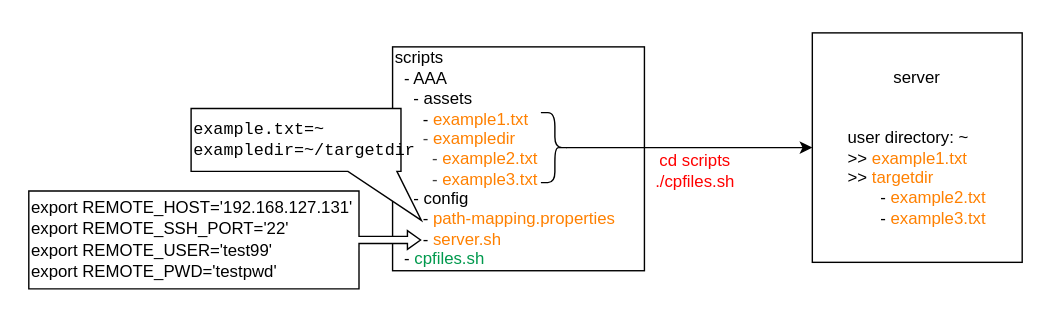
The draw.io diagram docs/assets/scripts/cpfiles.svg in saidake/simi-sandbox, before a commit. Source tidied: cells renumbered, new cells last; positions are measured from the earlier drawing's top-left corner, leaving out a move shared by most shapes.
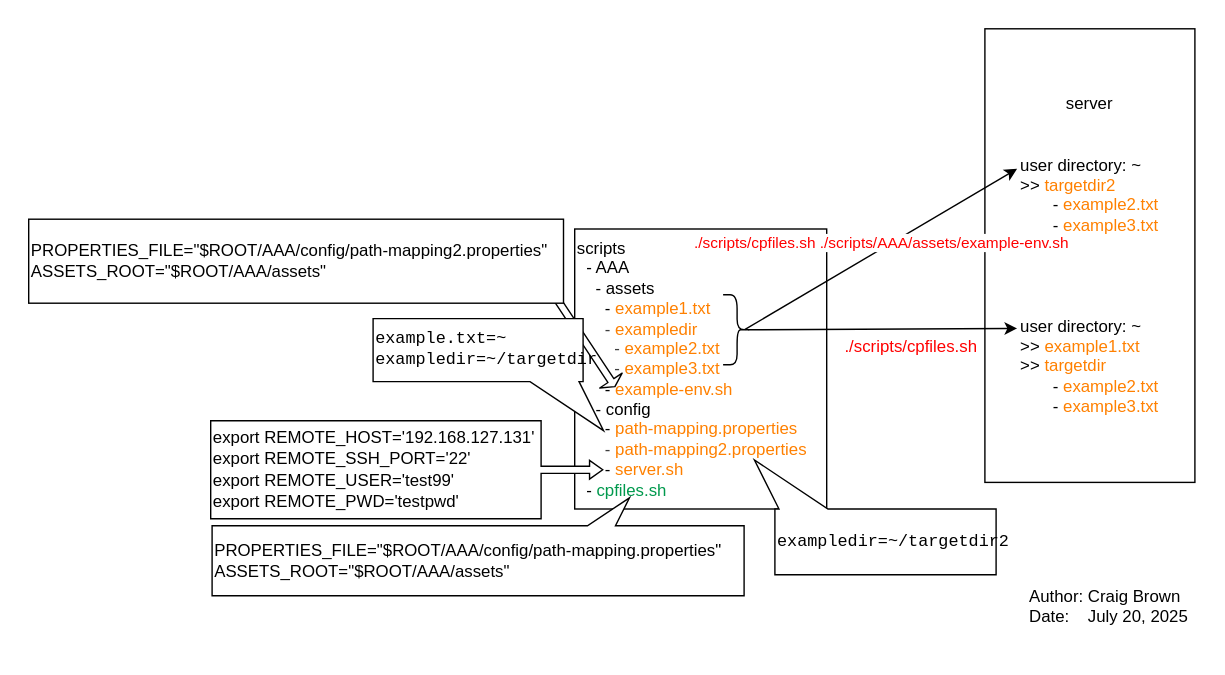
The same file after the commit.

What changed in the source:
```diff
@@ -2,28 +2,58 @@
   <root>
     <mxCell id="0" />
     <mxCell id="1" parent="0" />
+    <mxCell id="8" value="&lt;span style=&quot;color: rgb(0, 0, 0);&quot;&gt;server&lt;/span&gt;&lt;div&gt;&lt;br&gt;&lt;/div&gt;&lt;div style=&quot;text-align: left;&quot;&gt;&lt;br&gt;&lt;/div&gt;&lt;div style=&quot;text-align: left;&quot;&gt;&lt;div&gt;user directory: ~&lt;/div&gt;&lt;div style=&quot;text-align: center;&quot;&gt;&lt;div style=&quot;text-align: left;&quot;&gt;&lt;span style=&quot;background-color: transparent;&quot;&gt;&amp;gt;&amp;gt;&amp;nbsp;&lt;/span&gt;&lt;font style=&quot;background-color: transparent; color: rgb(255, 128, 0);&quot;&gt;targetdir2&lt;/font&gt;&lt;/div&gt;&lt;/div&gt;&lt;div&gt;&amp;nbsp; &amp;nbsp; &amp;nbsp; &amp;nbsp;-&amp;nbsp;&lt;font style=&quot;color: rgb(255, 128, 0);&quot;&gt;example2.txt&lt;/font&gt;&lt;/div&gt;&lt;div&gt;&amp;nbsp; &amp;nbsp; &amp;nbsp; &amp;nbsp;-&amp;nbsp;&lt;font style=&quot;color: rgb(255, 128, 0);&quot;&gt;example3.txt&lt;/font&gt;&lt;/div&gt;&lt;/div&gt;&lt;div style=&quot;text-align: left;&quot;&gt;&lt;br&gt;&lt;/div&gt;&lt;div style=&quot;text-align: left;&quot;&gt;&lt;br&gt;&lt;/div&gt;&lt;div style=&quot;text-align: left;&quot;&gt;&lt;br&gt;&lt;/div&gt;&lt;div style=&quot;text-align: left;&quot;&gt;&lt;br&gt;&lt;/div&gt;&lt;div style=&quot;text-align: left;&quot;&gt;user directory: ~&lt;/div&gt;&lt;div&gt;&lt;div style=&quot;text-align: left;&quot;&gt;&lt;span style=&quot;background-color: transparent;&quot;&gt;&amp;gt;&amp;gt;&amp;nbsp;&lt;font style=&quot;color: rgb(255, 128, 0);&quot;&gt;example1.txt&lt;/font&gt;&lt;/span&gt;&lt;/div&gt;&lt;div style=&quot;text-align: left;&quot;&gt;&lt;span style=&quot;background-color: transparent;&quot;&gt;&amp;gt;&amp;gt;&amp;nbsp;&lt;font style=&quot;color: rgb(255, 128, 0);&quot;&gt;targetdir&lt;/font&gt;&lt;/span&gt;&lt;/div&gt;&lt;/div&gt;&lt;div style=&quot;text-align: left;&quot;&gt;&amp;nbsp; &amp;nbsp; &amp;nbsp; &amp;nbsp;-&amp;nbsp;&lt;font style=&quot;color: rgb(255, 128, 0);&quot;&gt;example2.txt&lt;/font&gt;&lt;/div&gt;&lt;div style=&quot;text-align: left;&quot;&gt;&amp;nbsp; &amp;nbsp; &amp;nbsp; &amp;nbsp;-&amp;nbsp;&lt;font style=&quot;color: rgb(255, 128, 0);&quot;&gt;example3.txt&lt;/font&gt;&lt;/div&gt;" style="rounded=0;whiteSpace=wrap;html=1;" parent="1" vertex="1">
+      <mxGeometry x="553" y="-133" width="150" height="324" as="geometry" />
+    </mxCell>
-    <mxCell id="2" value="&lt;div&gt;&lt;br&gt;&lt;/div&gt;scripts&lt;div&gt;&amp;nbsp; - AAA&lt;/div&gt;&lt;div&gt;&amp;nbsp; &amp;nbsp; - assets&lt;/div&gt;&lt;div&gt;&amp;nbsp; &amp;nbsp; &amp;nbsp; - &lt;font style=&quot;color: rgb(255, 128, 0);&quot;&gt;example1.txt&lt;/font&gt;&lt;/div&gt;&lt;div&gt;&lt;font style=&quot;color: rgb(255, 128, 0);&quot;&gt;&amp;nbsp; &amp;nbsp; &amp;nbsp;&amp;nbsp;&lt;/font&gt;&lt;span style=&quot;color: rgb(63, 63, 63); background-color: transparent;&quot;&gt;- &lt;/span&gt;&lt;span style=&quot;background-color: transparent;&quot;&gt;&lt;font style=&quot;color: rgb(255, 128, 0);&quot;&gt;exampledir&lt;/font&gt;&lt;/span&gt;&lt;/div&gt;&lt;div&gt;&lt;span style=&quot;color: rgb(63, 63, 63); background-color: transparent;&quot;&gt;&amp;nbsp; &amp;nbsp; &amp;nbsp; &amp;nbsp; - &lt;/span&gt;&lt;span style=&quot;background-color: transparent;&quot;&gt;&lt;font style=&quot;color: rgb(255, 128, 0);&quot;&gt;example2.txt&lt;/font&gt;&lt;/span&gt;&lt;/div&gt;&lt;div&gt;&lt;span style=&quot;color: rgb(63, 63, 63); background-color: transparent;&quot;&gt;&amp;nbsp; &amp;nbsp; &amp;nbsp; &amp;nbsp; - &lt;/span&gt;&lt;span style=&quot;background-color: transparent;&quot;&gt;&lt;font style=&quot;color: rgb(255, 128, 0);&quot;&gt;example3.txt&lt;/font&gt;&lt;/span&gt;&lt;/div&gt;&lt;div&gt;&amp;nbsp; &amp;nbsp; - config&lt;/div&gt;&lt;div&gt;&amp;nbsp; &amp;nbsp; &amp;nbsp; - &lt;font style=&quot;color: rgb(255, 128, 0);&quot;&gt;path-mapping.properties&lt;/font&gt;&lt;/div&gt;&lt;div&gt;&lt;font style=&quot;color: rgb(255, 128, 0);&quot;&gt;&amp;nbsp; &amp;nbsp; &amp;nbsp;&amp;nbsp;&lt;/font&gt;&lt;font style=&quot;color: rgb(0, 0, 0);&quot;&gt;- &lt;/font&gt;&lt;font style=&quot;color: rgb(255, 128, 0);&quot;&gt;server.sh&lt;/font&gt;&lt;/div&gt;&lt;div&gt;&amp;nbsp; - &lt;font style=&quot;color: rgb(0, 153, 77);&quot;&gt;cpfiles.sh&lt;/font&gt;&lt;/div&gt;&lt;div&gt;&lt;br&gt;&lt;/div&gt;" style="rounded=0;whiteSpace=wrap;html=1;align=left;" parent="1" vertex="1">
-      <mxGeometry x="260" y="10" width="180" height="160" as="geometry" />
+    <mxCell id="2" value="&lt;div&gt;&lt;br&gt;&lt;/div&gt;scripts&lt;div&gt;&amp;nbsp; - AAA&lt;/div&gt;&lt;div&gt;&amp;nbsp; &amp;nbsp; - assets&lt;/div&gt;&lt;div&gt;&amp;nbsp; &amp;nbsp; &amp;nbsp; - &lt;font style=&quot;color: rgb(255, 128, 0);&quot;&gt;example1.txt&lt;/font&gt;&lt;/div&gt;&lt;div&gt;&lt;font style=&quot;color: rgb(255, 128, 0);&quot;&gt;&amp;nbsp; &amp;nbsp; &amp;nbsp;&amp;nbsp;&lt;/font&gt;&lt;span style=&quot;color: rgb(63, 63, 63); background-color: transparent;&quot;&gt;- &lt;/span&gt;&lt;span style=&quot;background-color: transparent;&quot;&gt;&lt;font style=&quot;color: rgb(255, 128, 0);&quot;&gt;exampledir&lt;/font&gt;&lt;/span&gt;&lt;/div&gt;&lt;div&gt;&lt;span style=&quot;color: rgb(63, 63, 63); background-color: transparent;&quot;&gt;&amp;nbsp; &amp;nbsp; &amp;nbsp; &amp;nbsp; - &lt;/span&gt;&lt;span style=&quot;background-color: transparent;&quot;&gt;&lt;font style=&quot;color: rgb(255, 128, 0);&quot;&gt;example2.txt&lt;/font&gt;&lt;/span&gt;&lt;/div&gt;&lt;div&gt;&lt;span style=&quot;color: rgb(63, 63, 63); background-color: transparent;&quot;&gt;&amp;nbsp; &amp;nbsp; &amp;nbsp; &amp;nbsp; - &lt;/span&gt;&lt;span style=&quot;background-color: transparent;&quot;&gt;&lt;font style=&quot;color: rgb(255, 128, 0);&quot;&gt;example3.txt&lt;/font&gt;&lt;/span&gt;&lt;/div&gt;&lt;div&gt;&amp;nbsp; &amp;nbsp; &amp;nbsp; - &lt;font style=&quot;color: rgb(255, 128, 0);&quot;&gt;example-env.sh&lt;/font&gt;&lt;/div&gt;&lt;div&gt;&amp;nbsp; &amp;nbsp; - config&lt;/div&gt;&lt;div&gt;&amp;nbsp; &amp;nbsp; &amp;nbsp; - &lt;font style=&quot;color: rgb(255, 128, 0);&quot;&gt;path-mapping.properties&lt;/font&gt;&lt;/div&gt;&lt;div&gt;&lt;font&gt;&lt;span style=&quot;color: rgb(63, 63, 63);&quot;&gt;&amp;nbsp; &amp;nbsp; &amp;nbsp; -&amp;nbsp;&lt;/span&gt;&lt;font style=&quot;color: rgb(255, 128, 0);&quot;&gt;path-mapping2.properties&lt;/font&gt;&lt;/font&gt;&lt;/div&gt;&lt;div&gt;&lt;font style=&quot;color: rgb(255, 128, 0);&quot;&gt;&amp;nbsp; &amp;nbsp; &amp;nbsp;&amp;nbsp;&lt;/font&gt;&lt;font style=&quot;color: rgb(0, 0, 0);&quot;&gt;- &lt;/font&gt;&lt;font style=&quot;color: rgb(255, 128, 0);&quot;&gt;server.sh&lt;/font&gt;&lt;/div&gt;&lt;div&gt;&amp;nbsp; - &lt;font style=&quot;color: rgb(0, 153, 77);&quot;&gt;cpfiles.sh&lt;/font&gt;&lt;/div&gt;&lt;div&gt;&lt;br&gt;&lt;/div&gt;" style="rounded=0;whiteSpace=wrap;html=1;align=left;" parent="1" vertex="1">
+      <mxGeometry x="260" y="10" width="180" height="200" as="geometry" />
     </mxCell>
-    <mxCell id="3" value="&lt;pre&gt;&lt;font style=&quot;color: rgb(0, 0, 0);&quot;&gt;example.txt=~&lt;br&gt;exampledir=~/targetdir&lt;/font&gt;&lt;/pre&gt;" style="whiteSpace=wrap;html=1;shape=mxgraph.basic.rectCallout;dx=20.4;dy=35;boundedLbl=1;align=left;flipH=1;flipV=0;" parent="1" vertex="1">
-      <mxGeometry x="116" y="54" width="150" height="80" as="geometry" />
-    </mxCell>
+    <mxCell id="9" style="shape=flexArrow;endArrow=classic;html=1;width=5;endSize=1.385483870967742;endWidth=13.225806451612902;" parent="1" edge="1">
+      <mxGeometry relative="1" as="geometry">
+        <mxPoint x="236" y="43" as="sourcePoint" />
+        <mxPoint x="289" y="123" as="targetPoint" />
+      </mxGeometry>
+    </mxCell>
     <mxCell id="4" value="&lt;pre style=&quot;color: rgb(63, 63, 63);&quot;&gt;&lt;font style=&quot;color: rgb(0, 0, 0);&quot; face=&quot;Helvetica&quot;&gt;export REMOTE_HOST='192.168.127.131'&lt;br&gt;export REMOTE_SSH_PORT='22'&lt;br&gt;export REMOTE_USER='test99'&lt;br&gt;export REMOTE_PWD='testpwd'&lt;/font&gt;&lt;/pre&gt;" style="html=1;shadow=0;dashed=0;align=left;verticalAlign=middle;shape=mxgraph.arrows2.calloutArrow;dy=2.57;dx=9.39;notch=236;arrowHead=4.1;" parent="1" vertex="1">
-      <mxGeometry y="113" width="280" height="70" as="geometry" />
+      <mxGeometry y="147" width="280" height="70" as="geometry" />
     </mxCell>
     <mxCell id="5" style="shape=curlyBracket;whiteSpace=wrap;html=1;rounded=1;flipH=1;labelPosition=right;verticalLabelPosition=middle;align=left;verticalAlign=middle;" parent="1" vertex="1">
       <mxGeometry x="366" y="57" width="20" height="50" as="geometry" />
     </mxCell>
+    <mxCell id="10" value="PROPERTIES_FILE=&quot;$ROOT/AAA/config/path-mapping.properties&quot;  &#10;ASSETS_ROOT=&quot;$ROOT/AAA/assets&quot;" style="whiteSpace=wrap;shape=mxgraph.basic.rectCallout;dx=101.88;dy=20;boundedLbl=1;direction=west;flipH=0;align=left;fontColor=#000000;" parent="1" vertex="1">
+      <mxGeometry x="1" y="202" width="380" height="70" as="geometry" />
+    </mxCell>
+    <mxCell id="11" value="&lt;pre&gt;&lt;font style=&quot;color: rgb(0, 0, 0);&quot;&gt;exampledir=~/targetdir2&lt;/font&gt;&lt;/pre&gt;" style="whiteSpace=wrap;html=1;shape=mxgraph.basic.rectCallout;dx=20.4;dy=35;boundedLbl=1;align=left;flipH=0;flipV=1;" parent="1" vertex="1">
+      <mxGeometry x="403" y="175" width="158" height="82" as="geometry" />
+    </mxCell>
+    <mxCell id="12" style="endArrow=classic;html=1;exitX=0.23;exitY=0.498;exitDx=0;exitDy=0;exitPerimeter=0;" parent="1" edge="1" source="5">
+      <mxGeometry relative="1" as="geometry">
+        <mxPoint x="576" y="-33" as="targetPoint" />
+      </mxGeometry>
+    </mxCell>
+    <mxCell id="13" value="&lt;font style=&quot;color: rgb(255, 0, 0);&quot;&gt;./scripts/cpfiles.sh ./scripts/AAA/assets/example-env.sh&lt;/font&gt;" style="edgeLabel;html=1;align=center;verticalAlign=middle;" parent="12" vertex="1">
+      <mxGeometry x="-0.07" relative="1" as="geometry">
+        <mxPoint x="6" y="-9" as="offset" />
+      </mxGeometry>
+    </mxCell>
-    <mxCell id="6" style="endArrow=classic;html=1;exitX=0.1;exitY=0.5;exitDx=0;exitDy=0;exitPerimeter=0;" parent="1" edge="1" source="5" target="8">
-      <mxGeometry relative="1" as="geometry" />
+    <mxCell id="6" style="endArrow=classic;html=1;exitX=0.1;exitY=0.5;exitDx=0;exitDy=0;exitPerimeter=0;" parent="1" edge="1" source="5">
+      <mxGeometry relative="1" as="geometry">
+        <mxPoint x="576" y="81" as="targetPoint" />
+      </mxGeometry>
     </mxCell>
-    <mxCell id="7" value="&lt;font style=&quot;font-size: 12px; color: rgb(255, 0, 0);&quot;&gt;cd scripts&lt;/font&gt;&lt;div&gt;&lt;font style=&quot;font-size: 12px; color: rgb(255, 0, 0);&quot;&gt;./cpfiles.sh&lt;/font&gt;&lt;/div&gt;" style="edgeLabel;html=1;align=center;verticalAlign=middle;" parent="6" vertex="1">
+    <mxCell id="7" value="&lt;div&gt;&lt;font style=&quot;font-size: 12px; color: rgb(255, 0, 0);&quot;&gt;./scripts/cpfiles.sh&lt;/font&gt;&lt;/div&gt;" style="edgeLabel;html=1;align=center;verticalAlign=middle;" parent="6" vertex="1">
       <mxGeometry x="0.13" y="3" relative="1" as="geometry">
-        <mxPoint x="-8" y="20" as="offset" />
+        <mxPoint x="7" y="15" as="offset" />
       </mxGeometry>
     </mxCell>
-    <mxCell id="8" value="&lt;span style=&quot;color: rgb(0, 0, 0);&quot;&gt;server&lt;/span&gt;&lt;div&gt;&lt;br&gt;&lt;/div&gt;&lt;div&gt;&lt;br&gt;&lt;/div&gt;&lt;div style=&quot;text-align: left;&quot;&gt;user directory: ~&lt;/div&gt;&lt;div&gt;&lt;div style=&quot;text-align: left;&quot;&gt;&lt;span style=&quot;background-color: transparent;&quot;&gt;&amp;gt;&amp;gt;&amp;nbsp;&lt;font style=&quot;color: rgb(255, 128, 0);&quot;&gt;example1.txt&lt;/font&gt;&lt;/span&gt;&lt;/div&gt;&lt;div style=&quot;text-align: left;&quot;&gt;&lt;span style=&quot;background-color: transparent;&quot;&gt;&amp;gt;&amp;gt;&amp;nbsp;&lt;font style=&quot;color: rgb(255, 128, 0);&quot;&gt;targetdir&lt;/font&gt;&lt;/span&gt;&lt;/div&gt;&lt;/div&gt;&lt;div style=&quot;text-align: left;&quot;&gt;&amp;nbsp; &amp;nbsp; &amp;nbsp; &amp;nbsp;-&amp;nbsp;&lt;font style=&quot;color: rgb(255, 128, 0);&quot;&gt;example2.txt&lt;/font&gt;&lt;/div&gt;&lt;div style=&quot;text-align: left;&quot;&gt;&amp;nbsp; &amp;nbsp; &amp;nbsp; &amp;nbsp;-&amp;nbsp;&lt;font style=&quot;color: rgb(255, 128, 0);&quot;&gt;example3.txt&lt;/font&gt;&lt;/div&gt;" style="rounded=0;whiteSpace=wrap;html=1;" parent="1" vertex="1">
-      <mxGeometry x="560" width="150" height="164" as="geometry" />
-    </mxCell>
+    <mxCell id="3" value="&lt;pre&gt;&lt;font style=&quot;color: rgb(0, 0, 0);&quot;&gt;example.txt=~&lt;br&gt;exampledir=~/targetdir&lt;/font&gt;&lt;/pre&gt;" style="whiteSpace=wrap;html=1;shape=mxgraph.basic.rectCallout;dx=20.4;dy=35;boundedLbl=1;align=left;flipH=1;flipV=0;" parent="1" vertex="1">
+      <mxGeometry x="116" y="74" width="150" height="80" as="geometry" />
+    </mxCell>
+    <mxCell id="14" value="&lt;font style=&quot;color: rgb(0, 0, 0);&quot;&gt;PROPERTIES_FILE=&quot;$ROOT/AAA/config/path-mapping2.properties&quot;&lt;/font&gt;&lt;div&gt;&lt;font style=&quot;color: rgb(0, 0, 0);&quot;&gt;ASSETS_ROOT=&quot;$ROOT/AAA/assets&quot;&lt;/font&gt;&lt;/div&gt;" style="rounded=0;whiteSpace=wrap;html=1;align=left;" parent="1" vertex="1">
+      <mxGeometry x="-130" y="3" width="382" height="60" as="geometry" />
+    </mxCell>
+    <mxCell id="15" value="&lt;font style=&quot;color: rgb(0, 0, 0);&quot;&gt;Author: Craig Brown&lt;/font&gt;&lt;div&gt;&lt;font style=&quot;color: rgb(0, 0, 0);&quot;&gt;Date:&amp;nbsp; &amp;nbsp; July 20, 2025&lt;/font&gt;&lt;/div&gt;&lt;div&gt;&lt;br&gt;&lt;/div&gt;" style="text;html=1;align=left;verticalAlign=middle;whiteSpace=wrap;rounded=0;" parent="1" vertex="1">
+      <mxGeometry x="583" y="272" width="120" height="30" as="geometry" />
+    </mxCell>
   </root>
 </mxGraphModel>
```
